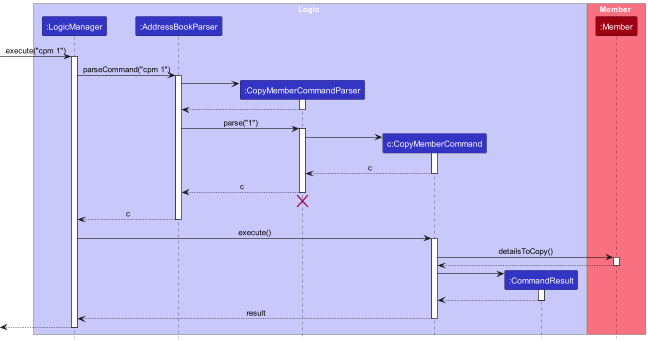
Above: docs/images/CopyMemberSequenceDiagram.png in nus-cs2103-AY2324S1/tp (PlantUML), before the change. The source it was exported from:
```plantuml
@startuml
!include style.puml
skinparam ArrowFontStyle plain

box Logic LOGIC_COLOR_T1
participant ":LogicManager" as LogicManager LOGIC_COLOR
participant ":AddressBookParser" as AddressBookParser LOGIC_COLOR
participant ":CopyMemberCommandParser" as CopyMemberCommandParser LOGIC_COLOR
participant "c:CopyMemberCommand" as CopyMemberCommand LOGIC_COLOR
participant ":CommandResult" as CommandResult LOGIC_COLOR
end box

box Member MODEL_COLOR_T1
participant ":Member" as Member MODEL_COLOR
end box

[-> LogicManager : execute("cpm 1")
activate LogicManager

LogicManager -> AddressBookParser : parseCommand("cpm 1")
activate AddressBookParser

create CopyMemberCommandParser
AddressBookParser -> CopyMemberCommandParser
activate CopyMemberCommandParser

CopyMemberCommandParser --> AddressBookParser
deactivate CopyMemberCommandParser

AddressBookParser -> CopyMemberCommandParser : parse("1")
activate CopyMemberCommandParser

create CopyMemberCommand
CopyMemberCommandParser -> CopyMemberCommand
activate CopyMemberCommand

CopyMemberCommand --> CopyMemberCommandParser : c
deactivate CopyMemberCommand

CopyMemberCommandParser --> AddressBookParser : c
deactivate CopyMemberCommandParser
CopyMemberCommandParser -[hidden]-> AddressBookParser
destroy CopyMemberCommandParser

AddressBookParser --> LogicManager : c
deactivate AddressBookParser

LogicManager -> CopyMemberCommand : execute()
activate CopyMemberCommand

CopyMemberCommand -> Member : detailsToCopy()
activate Member

Member --> CopyMemberCommand
deactivate Member

create CommandResult
CopyMemberCommand -> CommandResult
activate CommandResult

CommandResult --> CopyMemberCommand
deactivate CommandResult

CopyMemberCommand --> LogicManager : result
deactivate CopyMemberCommand

[<--LogicManager
deactivate LogicManager
@enduml
```
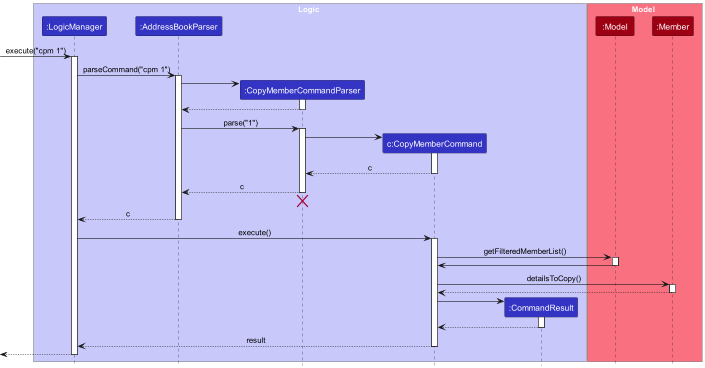
The same file after the commit.

Diff of the diagram source:
```diff
@@ -10,7 +10,8 @@
 participant ":CommandResult" as CommandResult LOGIC_COLOR
 end box
 
-box Member MODEL_COLOR_T1
+box Model MODEL_COLOR_T1
+participant ":Model" as Model MODEL_COLOR
 participant ":Member" as Member MODEL_COLOR
 end box
 
@@ -48,6 +49,12 @@
 LogicManager -> CopyMemberCommand : execute()
 activate CopyMemberCommand
 
+CopyMemberCommand -> Model : getFilteredMemberList()
+activate Model
+
+Model -> CopyMemberCommand
+deactivate Model
+
 CopyMemberCommand -> Member : detailsToCopy()
 activate Member
 
```
